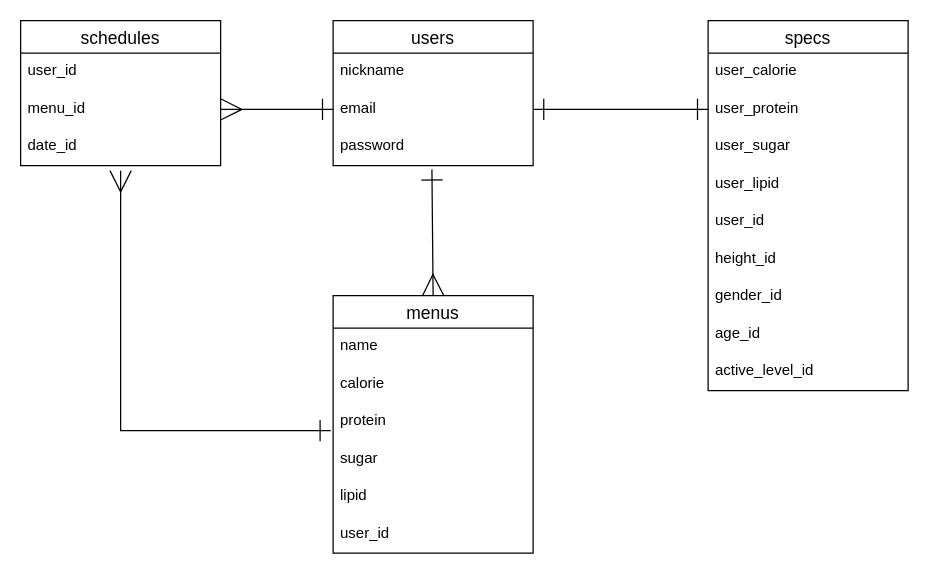
nogusan/kondate keeps this draw.io diagram as ER図.dio. Above is the earlier version. Source tidied: cells renumbered, new cells numbered last; positions are measured from the earlier drawing's top-left corner, leaving out a move shared by most shapes. Both pictures are drawn from the tidied source at 125%, with x=0, y=0 at pixel (20, 20).
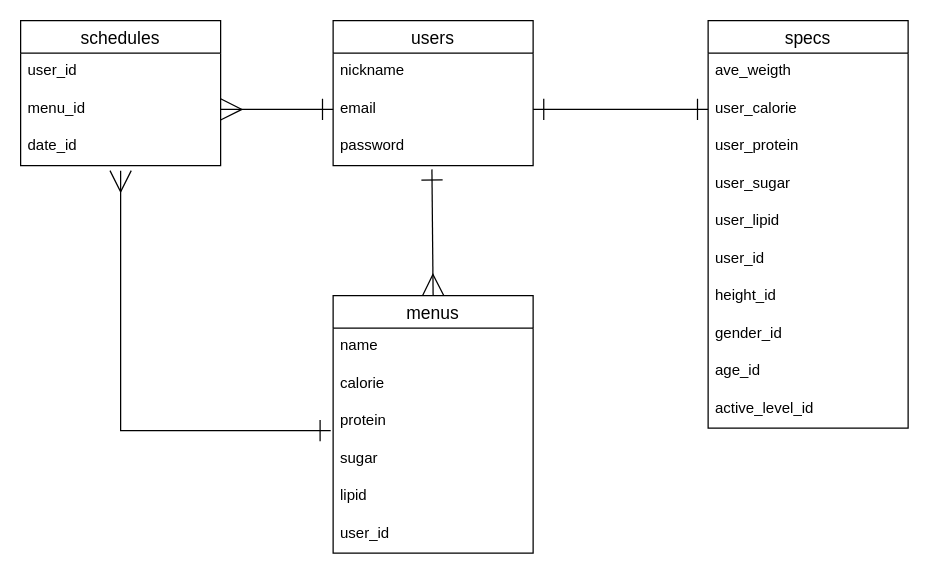
Above is the later version.

Unchanged cells that the change refers to:
```xml
<mxCell id="4" value="email" style="text;strokeColor=none;fillColor=none;spacingLeft=4;spacingRight=4;overflow=hidden;points=[[0,0.5],[1,0.5]];portConstraint=eastwest;fontSize=12;" parent="2" vertex="1">
  <mxGeometry y="56" width="160" height="30" as="geometry" />
</mxCell>
```

What changed in the source:
```diff
@@
     <mxCell id="6" value="specs" style="swimlane;fontStyle=0;horizontal=1;startSize=26;align=center;fontSize=14;" parent="1" vertex="1">
-      <mxGeometry x="550" width="160" height="296" as="geometry" />
+      <mxGeometry x="550" width="160" height="326" as="geometry" />
     </mxCell>
+    <mxCell id="31" value="ave_weigth" style="text;strokeColor=none;fillColor=none;spacingLeft=4;spacingRight=4;overflow=hidden;fontSize=12;" parent="6" vertex="1">
+      <mxGeometry y="26" width="160" height="30" as="geometry" />
+    </mxCell>
     <mxCell id="7" value="user_calorie" style="text;strokeColor=none;fillColor=none;spacingLeft=4;spacingRight=4;overflow=hidden;points=[[0,0.5],[1,0.5]];portConstraint=eastwest;fontSize=12;" parent="6" vertex="1">
-      <mxGeometry y="26" width="160" height="30" as="geometry" />
+      <mxGeometry y="56" width="160" height="30" as="geometry" />
     </mxCell>
     <mxCell id="8" value="user_protein" style="text;strokeColor=none;fillColor=none;spacingLeft=4;spacingRight=4;overflow=hidden;points=[[0,0.5],[1,0.5]];portConstraint=eastwest;fontSize=12;" parent="6" vertex="1">
-      <mxGeometry y="56" width="160" height="30" as="geometry" />
+      <mxGeometry y="86" width="160" height="30" as="geometry" />
     </mxCell>
     <mxCell id="9" value="user_sugar" style="text;strokeColor=none;fillColor=none;spacingLeft=4;spacingRight=4;overflow=hidden;fontSize=12;" parent="6" vertex="1">
-      <mxGeometry y="86" width="160" height="30" as="geometry" />
+      <mxGeometry y="116" width="160" height="30" as="geometry" />
     </mxCell>
     <mxCell id="10" value="user_lipid" style="text;strokeColor=none;fillColor=none;spacingLeft=4;spacingRight=4;overflow=hidden;fontSize=12;" parent="6" vertex="1">
-      <mxGeometry y="116" width="160" height="30" as="geometry" />
+      <mxGeometry y="146" width="160" height="30" as="geometry" />
     </mxCell>
     <mxCell id="11" value="user_id" style="text;strokeColor=none;fillColor=none;spacingLeft=4;spacingRight=4;overflow=hidden;fontSize=12;" parent="6" vertex="1">
-      <mxGeometry y="146" width="160" height="30" as="geometry" />
+      <mxGeometry y="176" width="160" height="30" as="geometry" />
     </mxCell>
     <mxCell id="12" value="height_id" style="text;strokeColor=none;fillColor=none;spacingLeft=4;spacingRight=4;overflow=hidden;fontSize=12;" parent="6" vertex="1">
-      <mxGeometry y="176" width="160" height="30" as="geometry" />
+      <mxGeometry y="206" width="160" height="30" as="geometry" />
     </mxCell>
     <mxCell id="13" value="gender_id" style="text;strokeColor=none;fillColor=none;spacingLeft=4;spacingRight=4;overflow=hidden;fontSize=12;" parent="6" vertex="1">
-      <mxGeometry y="206" width="160" height="30" as="geometry" />
+      <mxGeometry y="236" width="160" height="30" as="geometry" />
     </mxCell>
     <mxCell id="14" value="age_id" style="text;strokeColor=none;fillColor=none;spacingLeft=4;spacingRight=4;overflow=hidden;fontSize=12;" parent="6" vertex="1">
-      <mxGeometry y="236" width="160" height="30" as="geometry" />
+      <mxGeometry y="266" width="160" height="30" as="geometry" />
     </mxCell>
     <mxCell id="15" value="active_level_id" style="text;strokeColor=none;fillColor=none;spacingLeft=4;spacingRight=4;overflow=hidden;fontSize=12;" parent="6" vertex="1">
-      <mxGeometry y="266" width="160" height="30" as="geometry" />
+      <mxGeometry y="296" width="160" height="30" as="geometry" />
     </mxCell>
@@
-    <mxCell id="27" style="endArrow=ERone;html=1;rounded=0;exitX=1;exitY=0.5;exitDx=0;exitDy=0;startArrow=ERone;startFill=0;endFill=0;endSize=15;startSize=15;entryX=0;entryY=0.5;entryDx=0;entryDy=0;" parent="1" edge="1" source="4" target="8">
+    <mxCell id="27" style="endArrow=ERone;html=1;rounded=0;exitX=1;exitY=0.5;exitDx=0;exitDy=0;startArrow=ERone;startFill=0;endFill=0;endSize=15;startSize=15;entryX=0;entryY=0.5;entryDx=0;entryDy=0;" parent="1" edge="1" source="4" target="7">
       <mxGeometry relative="1" as="geometry" />
     </mxCell>
```
